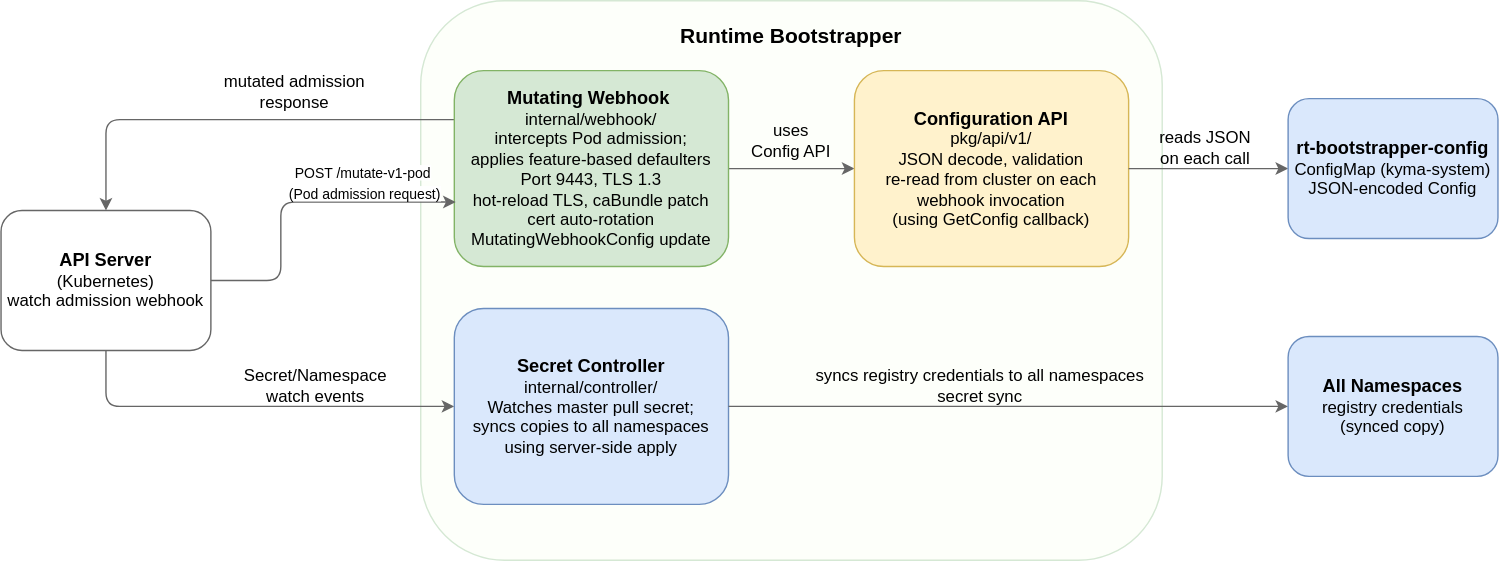
This is docs/assets/building-block-level1.drawio.svg from kyma-project/rt-bootstrapper, a draw.io export, as it was before one commit. Source tidied: cells renumbered, new cells last; positions are measured from the earlier drawing's top-left corner, leaving out a move shared by most shapes.
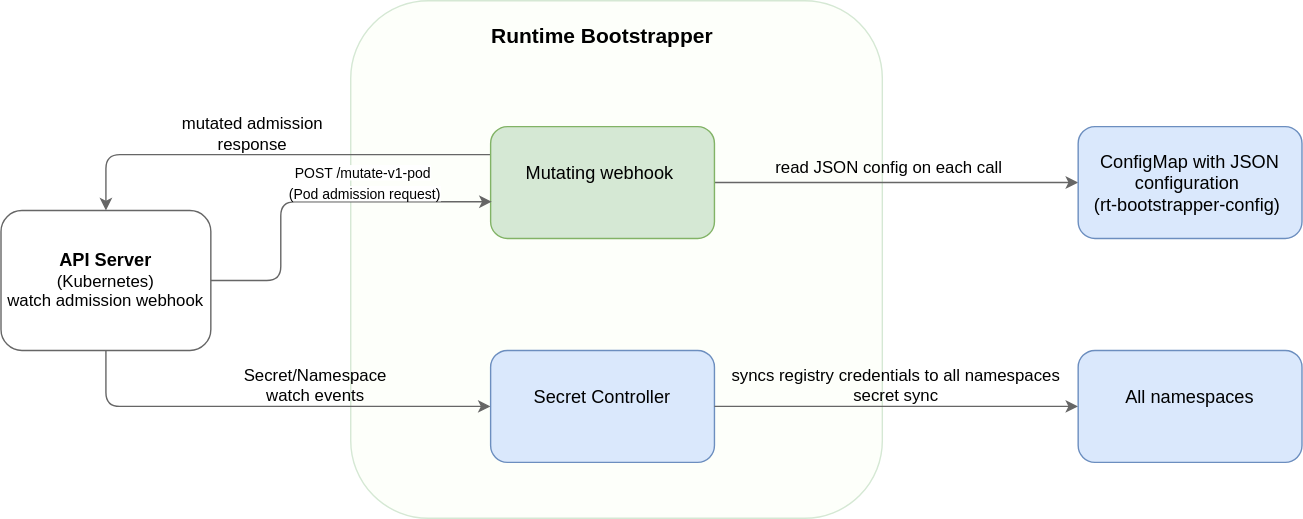
The same diagram one commit later.

Commit message:
Apply review suggestions

Change to the diagram source:
```diff
@@ -3,69 +3,60 @@
     <mxCell id="0" />
     <mxCell id="1" parent="0" />
     <mxCell id="2" style="rounded=1;whiteSpace=wrap;html=1;strokeColor=#D5E8D4;fillColor=#FDFFFA;" parent="1" vertex="1">
-      <mxGeometry x="300" width="530" height="400" as="geometry" />
+      <mxGeometry x="310" y="-30" width="380" height="370" as="geometry" />
     </mxCell>
     <mxCell id="3" style="edgeStyle=orthogonalEdgeStyle;rounded=1;jettySize=auto;html=1;entryX=0;entryY=0.5;entryDx=0;entryDy=0;exitX=0.5;exitY=1;exitDx=0;exitDy=0;strokeColor=#666666;curved=0;" parent="1" edge="1" source="4" target="9">
       <mxGeometry relative="1" as="geometry" />
     </mxCell>
     <mxCell id="4" value="&lt;font style=&quot;font-size: 13px;&quot;&gt;&lt;b&gt;API Server&lt;/b&gt;&lt;/font&gt;&lt;div&gt;(Kubernetes)&lt;/div&gt;&lt;div&gt;watch admission webhook&lt;/div&gt;" style="rounded=1;whiteSpace=wrap;html=1;strokeColor=#666666;" parent="1" vertex="1">
-      <mxGeometry y="150" width="150" height="100" as="geometry" />
+      <mxGeometry x="60" y="120" width="150" height="100" as="geometry" />
     </mxCell>
-    <mxCell id="5" value="uses&lt;div&gt;Config API&lt;/div&gt;" style="text;html=1;align=center;verticalAlign=middle;whiteSpace=wrap;rounded=0;" parent="1" vertex="1">
-      <mxGeometry x="530" y="80" width="70" height="40" as="geometry" />
-    </mxCell>
     <mxCell id="6" style="edgeStyle=orthogonalEdgeStyle;rounded=1;jettySize=auto;html=1;entryX=0.5;entryY=0;entryDx=0;entryDy=0;exitX=0;exitY=0.25;exitDx=0;exitDy=0;strokeColor=#666666;curved=0;" parent="1" edge="1" source="8" target="4">
       <mxGeometry relative="1" as="geometry" />
     </mxCell>
-    <mxCell id="7" style="edgeStyle=orthogonalEdgeStyle;rounded=1;jettySize=auto;html=1;strokeColor=#666666;curved=0;" parent="1" edge="1" source="8" target="10">
-      <mxGeometry relative="1" as="geometry" />
-    </mxCell>
+    <mxCell id="22" style="edgeStyle=orthogonalEdgeStyle;rounded=1;jettySize=auto;html=1;entryX=0;entryY=0.5;entryDx=0;entryDy=0;curved=0;strokeColor=#666666;" parent="1" edge="1" source="8" target="14">
+      <mxGeometry relative="1" as="geometry" />
+    </mxCell>
-    <mxCell id="8" value="&lt;div&gt;&lt;span style=&quot;font-size: 13px;&quot;&gt;&lt;b&gt;Mutating Webhook&amp;nbsp;&lt;/b&gt;&lt;/span&gt;&lt;/div&gt;&lt;div&gt;internal/webhook/&lt;/div&gt;&lt;div&gt;intercepts Pod admission;&lt;/div&gt;&lt;div&gt;applies feature-based defaulters&lt;/div&gt;&lt;div&gt;Port 9443, TLS 1.3&lt;/div&gt;&lt;div&gt;hot-reload TLS, caBundle patch&lt;br&gt;cert auto-rotation&lt;/div&gt;&lt;div&gt;MutatingWebhookConfig update&lt;/div&gt;" style="rounded=1;whiteSpace=wrap;html=1;fillColor=#d5e8d4;strokeColor=#82b366;" parent="1" vertex="1">
-      <mxGeometry x="324" y="50" width="196" height="140" as="geometry" />
+    <mxCell id="8" value="&lt;div&gt;&lt;span style=&quot;font-size: 13px;&quot;&gt;Mutating webhook&amp;nbsp;&lt;/span&gt;&lt;/div&gt;&lt;div&gt;&lt;br&gt;&lt;/div&gt;" style="rounded=1;whiteSpace=wrap;html=1;fillColor=#d5e8d4;strokeColor=#82b366;" parent="1" vertex="1">
+      <mxGeometry x="410" y="60" width="160" height="80" as="geometry" />
     </mxCell>
-    <mxCell id="9" value="&lt;div&gt;&lt;span style=&quot;background-color: initial;&quot;&gt;&lt;span style=&quot;font-size: 13px;&quot;&gt;&lt;b&gt;Secret Controller&lt;/b&gt;&lt;/span&gt;&lt;/span&gt;&lt;/div&gt;&lt;div&gt;internal/controller/&lt;/div&gt;&lt;div&gt;Watches master pull secret;&lt;/div&gt;&lt;div&gt;syncs copies to all namespaces&lt;/div&gt;&lt;div&gt;using server-side apply&lt;/div&gt;" style="rounded=1;whiteSpace=wrap;html=1;fillColor=#dae8fc;strokeColor=#6c8ebf;" parent="1" vertex="1">
-      <mxGeometry x="324" y="220" width="196" height="140" as="geometry" />
+    <mxCell id="9" value="&lt;div&gt;&lt;span style=&quot;background-color: initial;&quot;&gt;&lt;span style=&quot;font-size: 13px;&quot;&gt;Secret Controller&lt;/span&gt;&lt;/span&gt;&lt;/div&gt;&lt;div&gt;&lt;br&gt;&lt;/div&gt;" style="rounded=1;whiteSpace=wrap;html=1;fillColor=#dae8fc;strokeColor=#6c8ebf;" parent="1" vertex="1">
+      <mxGeometry x="410" y="220" width="160" height="80" as="geometry" />
     </mxCell>
-    <mxCell id="10" value="&lt;div&gt;&lt;span style=&quot;background-color: initial;&quot;&gt;&lt;span style=&quot;font-size: 13px;&quot;&gt;&lt;b&gt;Configuration API&lt;/b&gt;&lt;/span&gt;&lt;/span&gt;&lt;/div&gt;&lt;div&gt;pkg/api/v1/&lt;/div&gt;&lt;div&gt;JSON decode, validation&lt;/div&gt;&lt;div&gt;re-read from cluster on each&lt;/div&gt;&lt;div&gt;webhook invocation&lt;/div&gt;&lt;div&gt;(using GetConfig callback)&lt;/div&gt;" style="rounded=1;whiteSpace=wrap;html=1;fillColor=#fff2cc;strokeColor=#d6b656;" parent="1" vertex="1">
-      <mxGeometry x="610" y="50" width="196" height="140" as="geometry" />
-    </mxCell>
     <mxCell id="11" style="edgeStyle=orthogonalEdgeStyle;rounded=1;jettySize=auto;html=1;entryX=1;entryY=0.5;entryDx=0;entryDy=0;startArrow=classic;startFill=1;endArrow=none;endFill=0;strokeColor=#666666;curved=0;" parent="1" edge="1" source="12" target="9">
       <mxGeometry relative="1" as="geometry" />
     </mxCell>
-    <mxCell id="12" value="&lt;font style=&quot;font-size: 13px;&quot;&gt;&lt;b&gt;All Namespaces&lt;/b&gt;&lt;/font&gt;&lt;div&gt;registry credentials&lt;/div&gt;&lt;div&gt;(synced copy)&lt;/div&gt;" style="rounded=1;whiteSpace=wrap;html=1;fillColor=#dae8fc;strokeColor=#6c8ebf;" parent="1" vertex="1">
-      <mxGeometry x="920" y="240" width="150" height="100" as="geometry" />
+    <mxCell id="12" value="&lt;font style=&quot;font-size: 13px;&quot;&gt;All namespaces&lt;/font&gt;&lt;div&gt;&lt;br&gt;&lt;/div&gt;" style="rounded=1;whiteSpace=wrap;html=1;fillColor=#dae8fc;strokeColor=#6c8ebf;" parent="1" vertex="1">
+      <mxGeometry x="830" y="220" width="160" height="80" as="geometry" />
     </mxCell>
-    <mxCell id="13" style="edgeStyle=orthogonalEdgeStyle;rounded=1;jettySize=auto;html=1;startArrow=classic;startFill=1;endArrow=none;endFill=0;strokeColor=#666666;curved=0;" parent="1" edge="1" source="14" target="10">
-      <mxGeometry relative="1" as="geometry" />
-    </mxCell>
-    <mxCell id="14" value="&lt;div&gt;&lt;span style=&quot;font-size: 13px;&quot;&gt;&lt;b&gt;rt-bootstrapper-config&lt;/b&gt;&lt;/span&gt;&lt;/div&gt;&lt;div&gt;ConfigMap (kyma-system)&lt;/div&gt;&lt;div&gt;JSON-encoded Config&lt;/div&gt;" style="rounded=1;whiteSpace=wrap;html=1;fillColor=#dae8fc;strokeColor=#6c8ebf;" parent="1" vertex="1">
-      <mxGeometry x="920" y="70" width="150" height="100" as="geometry" />
+    <mxCell id="14" value="&lt;div&gt;&lt;span style=&quot;font-size: 13px; background-color: initial;&quot;&gt;&lt;br&gt;&lt;/span&gt;&lt;/div&gt;&lt;div&gt;&lt;span style=&quot;font-size: 13px; background-color: initial;&quot;&gt;ConfigMap with JSON configuration&amp;nbsp;&lt;/span&gt;&lt;/div&gt;&lt;div&gt;&lt;span style=&quot;font-size: 13px;&quot;&gt;(rt-bootstrapper-config)&amp;nbsp;&lt;/span&gt;&lt;/div&gt;&lt;div&gt;&lt;br&gt;&lt;/div&gt;" style="rounded=1;whiteSpace=wrap;html=1;fillColor=#dae8fc;strokeColor=#6c8ebf;" parent="1" vertex="1">
+      <mxGeometry x="830" y="60" width="160" height="80" as="geometry" />
     </mxCell>
     <mxCell id="15" style="edgeStyle=orthogonalEdgeStyle;rounded=1;jettySize=auto;html=1;entryX=0.005;entryY=0.671;entryDx=0;entryDy=0;entryPerimeter=0;exitX=1;exitY=0.5;exitDx=0;exitDy=0;strokeColor=#666666;curved=0;" parent="1" edge="1" source="4" target="8">
       <mxGeometry relative="1" as="geometry">
         <Array as="points">
-          <mxPoint x="200" y="200" />
-          <mxPoint x="200" y="144" />
+          <mxPoint x="260" y="170" />
+          <mxPoint x="260" y="114" />
         </Array>
       </mxGeometry>
     </mxCell>
     <mxCell id="16" value="mutated admission response" style="text;html=1;align=center;verticalAlign=middle;whiteSpace=wrap;rounded=0;" parent="1" vertex="1">
-      <mxGeometry x="140" y="50" width="140" height="30" as="geometry" />
+      <mxGeometry x="170" y="50" width="140" height="30" as="geometry" />
     </mxCell>
     <mxCell id="17" value="&lt;font style=&quot;font-size: 15px;&quot;&gt;&lt;b&gt;Runtime Bootstrapper&lt;/b&gt;&lt;/font&gt;" style="text;html=1;align=center;verticalAlign=middle;whiteSpace=wrap;rounded=0;" parent="1" vertex="1">
-      <mxGeometry x="465" y="10" width="200" height="30" as="geometry" />
+      <mxGeometry x="390" y="-20" width="200" height="30" as="geometry" />
     </mxCell>
     <mxCell id="18" value="&lt;span style=&quot;font-family: Helvetica, Arial, sans-serif; font-size: 10px; text-align: start; text-wrap: nowrap; background-color: rgb(255, 255, 255);&quot;&gt;POST /mutate-v1-pod&lt;/span&gt;&lt;div&gt;&lt;span style=&quot;font-family: Helvetica, Arial, sans-serif; font-size: 10px; text-align: start; text-wrap: nowrap; background-color: rgb(255, 255, 255);&quot;&gt;&amp;nbsp;(Pod admission request)&lt;/span&gt;&lt;/div&gt;" style="text;html=1;align=center;verticalAlign=middle;whiteSpace=wrap;rounded=0;" parent="1" vertex="1">
-      <mxGeometry x="194" y="110" width="130" height="40" as="geometry" />
+      <mxGeometry x="254" y="80" width="130" height="40" as="geometry" />
     </mxCell>
     <mxCell id="19" value="Secret/Namespace&lt;div&gt;watch events&lt;/div&gt;" style="text;html=1;align=center;verticalAlign=middle;whiteSpace=wrap;rounded=0;" parent="1" vertex="1">
-      <mxGeometry x="170" y="260" width="110" height="30" as="geometry" />
+      <mxGeometry x="230" y="230" width="110" height="30" as="geometry" />
     </mxCell>
     <mxCell id="20" value="syncs registry credentials to all namespaces&lt;div&gt;secret sync&lt;/div&gt;" style="text;html=1;align=center;verticalAlign=middle;whiteSpace=wrap;rounded=0;" parent="1" vertex="1">
-      <mxGeometry x="580" y="260" width="240" height="30" as="geometry" />
+      <mxGeometry x="580" y="230" width="240" height="30" as="geometry" />
     </mxCell>
-    <mxCell id="21" value="reads JSON&lt;div&gt;on each call&lt;/div&gt;" style="text;html=1;align=center;verticalAlign=middle;whiteSpace=wrap;rounded=0;" parent="1" vertex="1">
-      <mxGeometry x="806" y="90" width="110" height="30" as="geometry" />
-    </mxCell>
+    <mxCell id="23" value="read JSON config on each call" style="text;html=1;align=center;verticalAlign=middle;whiteSpace=wrap;rounded=0;" parent="1" vertex="1">
+      <mxGeometry x="600" y="80" width="190" height="20" as="geometry" />
+    </mxCell>
   </root>
 </mxGraphModel>
```
